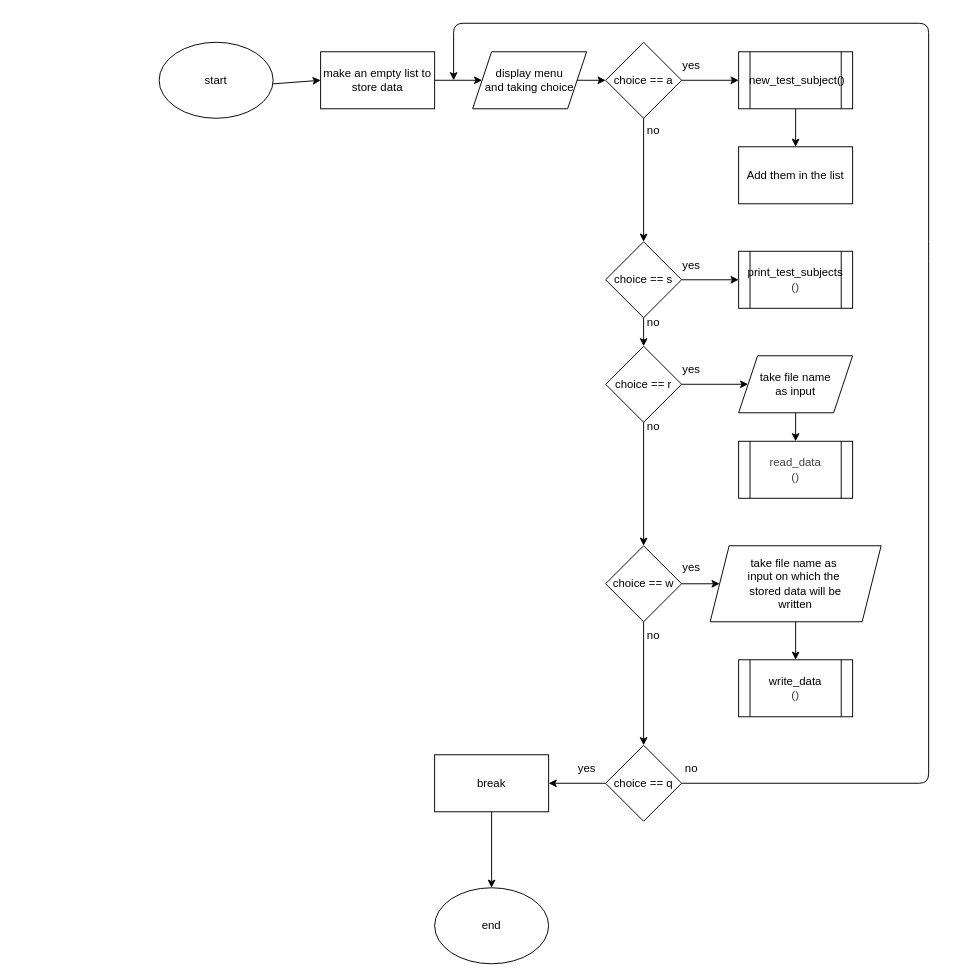
Above: page "Page-1" (1 of 2) of part 2/main.dio in 0xSparky/ENTRY_TICKET (draw.io), before the change. Source tidied: cells renumbered, new cells numbered last; positions are measured from the earlier drawing's top-left corner, leaving out a move shared by most shapes. Both pictures are drawn from the tidied source at 95%, with x=0, y=0 at pixel (159, 23).
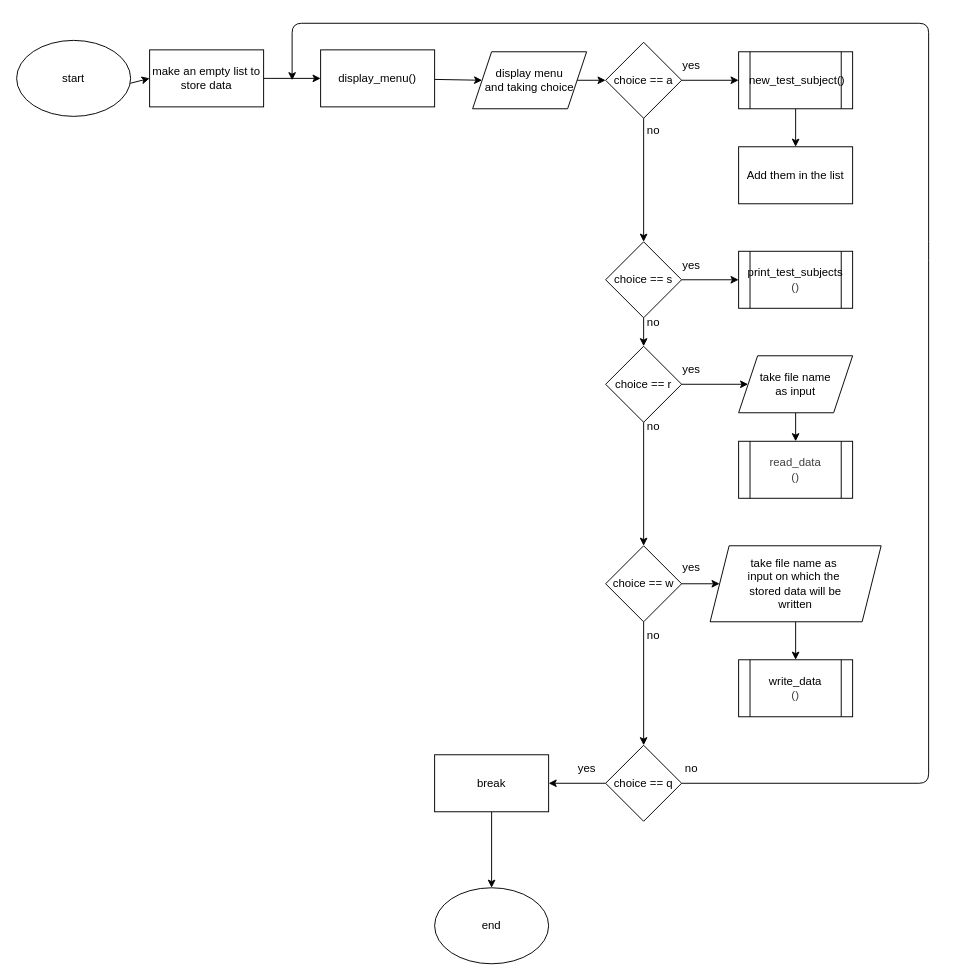
Above is the later version.

Commit message (it also covers changes not shown here):
Flowchart rectified

The change refers to these unchanged cells:
```xml
<mxCell id="6" value="display menu&lt;div&gt;and taking choice&lt;/div&gt;" style="shape=parallelogram;perimeter=parallelogramPerimeter;whiteSpace=wrap;html=1;fixedSize=1;" parent="1" vertex="1">
  <mxGeometry x="330" y="30" width="120" height="60" as="geometry" />
</mxCell>
<mxCell id="21" value="choice == q" style="rhombus;whiteSpace=wrap;html=1;" parent="1" vertex="1">
  <mxGeometry x="470" y="760" width="80" height="80" as="geometry" />
</mxCell>
```

What changed in the source:
```diff
@@
     <mxCell id="3" value="start" style="ellipse;whiteSpace=wrap;html=1;" parent="1" vertex="1">
-      <mxGeometry y="20" width="120" height="80" as="geometry" />
+      <mxGeometry x="-150" y="18" width="120" height="80" as="geometry" />
     </mxCell>
-    <mxCell id="4" style="edgeStyle=none;html=1;exitX=1;exitY=0.5;exitDx=0;exitDy=0;" parent="1" edge="1" source="31" target="6">
-      <mxGeometry relative="1" as="geometry" />
-    </mxCell>
@@
     <mxCell id="20" style="edgeStyle=none;html=1;" parent="1" edge="1" source="21">
       <mxGeometry relative="1" as="geometry">
-        <mxPoint x="310" y="60" as="targetPoint" />
+        <mxPoint x="140" y="60" as="targetPoint" />
         <Array as="points">
           <mxPoint x="810" y="800" />
           <mxPoint x="810" y="240" />
           <mxPoint x="810" />
-          <mxPoint x="310" />
+          <mxPoint x="140" />
         </Array>
       </mxGeometry>
     </mxCell>
@@
+    <mxCell id="46" style="edgeStyle=none;html=1;entryX=0;entryY=0.5;entryDx=0;entryDy=0;" parent="1" edge="1" source="31" target="48">
+      <mxGeometry relative="1" as="geometry" />
+    </mxCell>
     <mxCell id="31" value="make an empty list to store data" style="rounded=0;whiteSpace=wrap;html=1;" parent="1" vertex="1">
-      <mxGeometry x="170" y="30" width="120" height="60" as="geometry" />
+      <mxGeometry x="-10" y="28" width="120" height="60" as="geometry" />
     </mxCell>
@@
+    <mxCell id="47" style="edgeStyle=none;html=1;entryX=0;entryY=0.5;entryDx=0;entryDy=0;" parent="1" edge="1" source="48" target="6">
+      <mxGeometry relative="1" as="geometry" />
+    </mxCell>
+    <mxCell id="48" value="display_menu()" style="rounded=0;whiteSpace=wrap;html=1;" parent="1" vertex="1">
+      <mxGeometry x="170" y="28" width="120" height="60" as="geometry" />
+    </mxCell>
```
